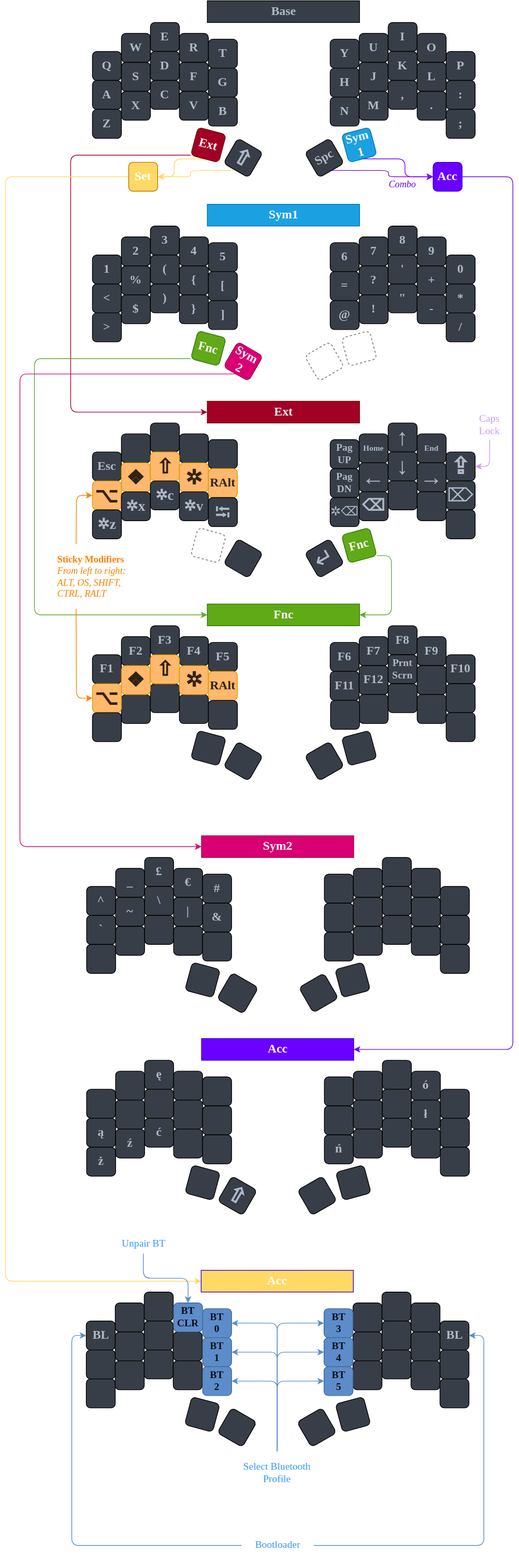
skyferix/zmk-sweep keeps this draw.io diagram as custom.drawio.svg. Above is the earlier version. Source tidied: cells renumbered, new cells last; positions are measured from the earlier drawing's top-left corner, leaving out a move shared by most shapes.
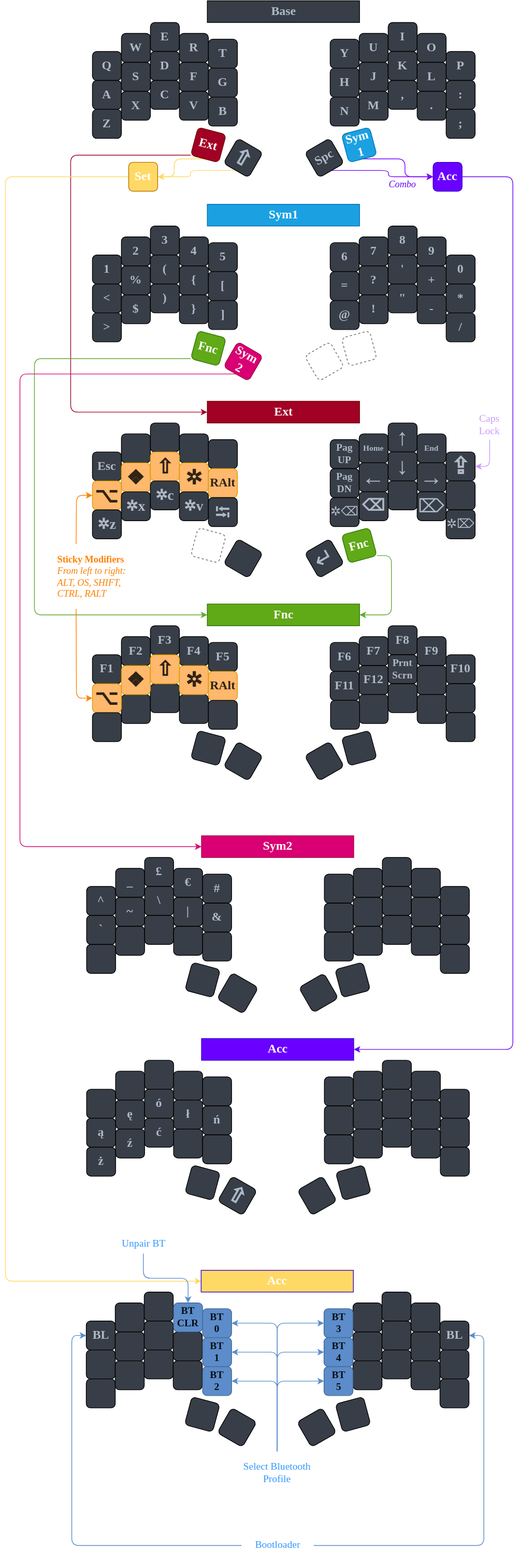
The same diagram one commit later.

Commit message:
Update polish key placement drawio.svg

The edit, as a diff of the source:
```diff
@@ -325,7 +325,7 @@
     <mxCell id="103" value="&lt;span style=&quot;font-family: &amp;quot;segoe ui emoji&amp;quot;, &amp;quot;apple color emoji&amp;quot;, &amp;quot;noto color emoji&amp;quot;; font-size: 32px;&quot;&gt;→&lt;/span&gt;" style="whiteSpace=wrap;html=1;fontSize=17;fontFamily=Verdana;fontStyle=1;fontColor=#AFB9C7;fillColor=#383E47;rounded=1;" parent="1" vertex="1">
       <mxGeometry x="568" y="638" width="40" height="40" as="geometry" />
     </mxCell>
-    <mxCell id="104" value="&lt;span style=&quot;font-family: &amp;quot;segoe ui emoji&amp;quot;, &amp;quot;apple color emoji&amp;quot;, &amp;quot;noto color emoji&amp;quot;; font-weight: 400; font-size: 26px;&quot;&gt;&lt;font style=&quot;font-size: 26px;&quot;&gt;⌦&lt;/font&gt;&lt;/span&gt;" style="whiteSpace=wrap;html=1;fontSize=17;fontFamily=Verdana;fontStyle=1;fontColor=#AFB9C7;fillColor=#383E47;rounded=1;" parent="1" vertex="1">
+    <mxCell id="104" style="whiteSpace=wrap;html=1;fontSize=17;fontFamily=Verdana;fontStyle=1;fontColor=#AFB9C7;fillColor=#383E47;rounded=1;" parent="1" vertex="1">
       <mxGeometry x="608" y="663" width="40" height="40" as="geometry" />
     </mxCell>
     <mxCell id="105" value="&lt;font style=&quot;font-size: 17px ; font-weight: normal&quot;&gt;&lt;span style=&quot;font-family: &amp;quot;segoe ui emoji&amp;quot;, &amp;quot;apple color emoji&amp;quot;, &amp;quot;noto color emoji&amp;quot;;&quot;&gt;✲&lt;/span&gt;&lt;span style=&quot;font-family: &amp;quot;segoe ui emoji&amp;quot;, &amp;quot;apple color emoji&amp;quot;, &amp;quot;noto color emoji&amp;quot;;&quot;&gt;&lt;font style=&quot;font-size: 17px&quot;&gt;⌫&lt;/font&gt;&lt;/span&gt;&lt;/font&gt;" style="whiteSpace=wrap;html=1;fontSize=17;fontFamily=Verdana;fontStyle=1;fontColor=#AFB9C7;fillColor=#383E47;rounded=1;" parent="1" vertex="1">
@@ -337,10 +337,10 @@
     <mxCell id="107" style="whiteSpace=wrap;html=1;fontSize=17;fontFamily=Verdana;fontStyle=1;fontColor=#AFB9C7;fillColor=#383E47;rounded=1;" parent="1" vertex="1">
       <mxGeometry x="528" y="663" width="40" height="40" as="geometry" />
     </mxCell>
-    <mxCell id="108" style="whiteSpace=wrap;html=1;fontSize=17;fontFamily=Verdana;fontStyle=1;fontColor=#AFB9C7;fillColor=#383E47;rounded=1;" parent="1" vertex="1">
+    <mxCell id="108" value="&lt;span style=&quot;font-family: &amp;quot;segoe ui emoji&amp;quot;, &amp;quot;apple color emoji&amp;quot;, &amp;quot;noto color emoji&amp;quot;; font-size: 26px; font-weight: 400;&quot;&gt;⌦&lt;/span&gt;" style="whiteSpace=wrap;html=1;fontSize=17;fontFamily=Verdana;fontStyle=1;fontColor=#AFB9C7;fillColor=#383E47;rounded=1;" parent="1" vertex="1">
       <mxGeometry x="568" y="678" width="40" height="40" as="geometry" />
     </mxCell>
-    <mxCell id="109" style="whiteSpace=wrap;html=1;fontSize=17;fontFamily=Verdana;fontStyle=1;fontColor=#AFB9C7;fillColor=#383E47;rounded=1;" parent="1" vertex="1">
+    <mxCell id="109" value="&lt;span style=&quot;font-family: &amp;quot;segoe ui emoji&amp;quot;, &amp;quot;apple color emoji&amp;quot;, &amp;quot;noto color emoji&amp;quot;; font-weight: 400;&quot;&gt;✲&lt;/span&gt;&lt;span style=&quot;font-family: &amp;quot;segoe ui emoji&amp;quot;, &amp;quot;apple color emoji&amp;quot;, &amp;quot;noto color emoji&amp;quot;; font-weight: 400;&quot;&gt;&lt;font style=&quot;font-size: 17px;&quot;&gt;⌦&lt;/font&gt;&lt;/span&gt;" style="whiteSpace=wrap;html=1;fontSize=17;fontFamily=Verdana;fontStyle=1;fontColor=#AFB9C7;fillColor=#383E47;rounded=1;" parent="1" vertex="1">
       <mxGeometry x="608" y="703" width="40" height="40" as="geometry" />
     </mxCell>
     <mxCell id="110" value="&lt;span style=&quot;font-family: &amp;quot;segoe ui emoji&amp;quot;, &amp;quot;apple color emoji&amp;quot;, &amp;quot;noto color emoji&amp;quot;; font-size: 32px; font-weight: 400;&quot;&gt;↵&lt;/span&gt;" style="whiteSpace=wrap;html=1;rotation=-30;fontSize=17;fontFamily=Verdana;fontStyle=1;fontColor=#AFB9C7;fillColor=#383E47;rounded=1;" parent="1" vertex="1">
@@ -479,7 +479,7 @@
     <mxCell id="150" style="whiteSpace=wrap;html=1;fontSize=17;fontFamily=Verdana;fontStyle=1;fontColor=#AFB9C7;fillColor=#383E47;rounded=1;" parent="1" vertex="1">
       <mxGeometry x="152" y="1478" width="40" height="40" as="geometry" />
     </mxCell>
-    <mxCell id="151" value="ę" style="whiteSpace=wrap;html=1;fontSize=17;fontFamily=Verdana;fontStyle=1;fontColor=#AFB9C7;fillColor=#383E47;rounded=1;" parent="1" vertex="1">
+    <mxCell id="151" style="whiteSpace=wrap;html=1;fontSize=17;fontFamily=Verdana;fontStyle=1;fontColor=#AFB9C7;fillColor=#383E47;rounded=1;" parent="1" vertex="1">
       <mxGeometry x="192" y="1463" width="40" height="40" as="geometry" />
     </mxCell>
     <mxCell id="152" style="whiteSpace=wrap;html=1;fontSize=17;fontFamily=Verdana;fontStyle=1;fontColor=#AFB9C7;fillColor=#383E47;rounded=1;" parent="1" vertex="1">
@@ -491,16 +491,16 @@
     <mxCell id="154" value="ą" style="whiteSpace=wrap;html=1;fontSize=17;fontFamily=Verdana;fontStyle=1;fontColor=#AFB9C7;fillColor=#383E47;rounded=1;" parent="1" vertex="1">
       <mxGeometry x="112" y="1543" width="40" height="40" as="geometry" />
     </mxCell>
-    <mxCell id="155" style="whiteSpace=wrap;html=1;fontSize=17;fontFamily=Verdana;fontStyle=1;fontColor=#AFB9C7;fillColor=#383E47;rounded=1;" parent="1" vertex="1">
+    <mxCell id="155" value="ę" style="whiteSpace=wrap;html=1;fontSize=17;fontFamily=Verdana;fontStyle=1;fontColor=#AFB9C7;fillColor=#383E47;rounded=1;" parent="1" vertex="1">
       <mxGeometry x="152" y="1518" width="40" height="40" as="geometry" />
     </mxCell>
-    <mxCell id="156" style="whiteSpace=wrap;html=1;fontSize=17;fontFamily=Verdana;fontStyle=1;fontColor=#AFB9C7;fillColor=#383E47;rounded=1;" parent="1" vertex="1">
+    <mxCell id="156" value="ó" style="whiteSpace=wrap;html=1;fontSize=17;fontFamily=Verdana;fontStyle=1;fontColor=#AFB9C7;fillColor=#383E47;rounded=1;" parent="1" vertex="1">
       <mxGeometry x="192" y="1503" width="40" height="40" as="geometry" />
     </mxCell>
-    <mxCell id="157" style="whiteSpace=wrap;html=1;fontSize=17;fontFamily=Verdana;fontStyle=1;fontColor=#AFB9C7;fillColor=#383E47;rounded=1;" parent="1" vertex="1">
+    <mxCell id="157" value="ł" style="whiteSpace=wrap;html=1;fontSize=17;fontFamily=Verdana;fontStyle=1;fontColor=#AFB9C7;fillColor=#383E47;rounded=1;" parent="1" vertex="1">
       <mxGeometry x="232" y="1518" width="40" height="40" as="geometry" />
     </mxCell>
-    <mxCell id="158" style="whiteSpace=wrap;html=1;fontSize=17;fontFamily=Verdana;fontStyle=1;fontColor=#AFB9C7;fillColor=#383E47;rounded=1;" parent="1" vertex="1">
+    <mxCell id="158" value="ń" style="whiteSpace=wrap;html=1;fontSize=17;fontFamily=Verdana;fontStyle=1;fontColor=#AFB9C7;fillColor=#383E47;rounded=1;" parent="1" vertex="1">
       <mxGeometry x="272" y="1526" width="40" height="40" as="geometry" />
     </mxCell>
     <mxCell id="159" value="ż" style="whiteSpace=wrap;html=1;fontSize=17;fontFamily=Verdana;fontStyle=1;fontColor=#AFB9C7;fillColor=#383E47;rounded=1;" parent="1" vertex="1">
@@ -533,7 +533,7 @@
     <mxCell id="168" style="whiteSpace=wrap;html=1;fontSize=17;fontFamily=Verdana;fontStyle=1;fontColor=#AFB9C7;fillColor=#383E47;rounded=1;" parent="1" vertex="1">
       <mxGeometry x="520" y="1463" width="40" height="40" as="geometry" />
     </mxCell>
-    <mxCell id="169" value="ó" style="whiteSpace=wrap;html=1;fontSize=17;fontFamily=Verdana;fontStyle=1;fontColor=#AFB9C7;fillColor=#383E47;rounded=1;" parent="1" vertex="1">
+    <mxCell id="169" style="whiteSpace=wrap;html=1;fontSize=17;fontFamily=Verdana;fontStyle=1;fontColor=#AFB9C7;fillColor=#383E47;rounded=1;" parent="1" vertex="1">
       <mxGeometry x="560" y="1478" width="40" height="40" as="geometry" />
     </mxCell>
     <mxCell id="170" style="whiteSpace=wrap;html=1;fontSize=17;fontFamily=Verdana;fontStyle=1;fontColor=#AFB9C7;fillColor=#383E47;rounded=1;" parent="1" vertex="1">
@@ -548,13 +548,13 @@
     <mxCell id="173" style="whiteSpace=wrap;html=1;fontSize=17;fontFamily=Verdana;fontStyle=1;fontColor=#AFB9C7;fillColor=#383E47;rounded=1;" parent="1" vertex="1">
       <mxGeometry x="520" y="1503" width="40" height="40" as="geometry" />
     </mxCell>
-    <mxCell id="174" value="ł" style="whiteSpace=wrap;html=1;fontSize=17;fontFamily=Verdana;fontStyle=1;fontColor=#AFB9C7;fillColor=#383E47;rounded=1;" parent="1" vertex="1">
+    <mxCell id="174" style="whiteSpace=wrap;html=1;fontSize=17;fontFamily=Verdana;fontStyle=1;fontColor=#AFB9C7;fillColor=#383E47;rounded=1;" parent="1" vertex="1">
       <mxGeometry x="560" y="1518" width="40" height="40" as="geometry" />
     </mxCell>
     <mxCell id="175" style="whiteSpace=wrap;html=1;fontSize=17;fontFamily=Verdana;fontStyle=1;fontColor=#AFB9C7;fillColor=#383E47;rounded=1;" parent="1" vertex="1">
       <mxGeometry x="600" y="1543" width="40" height="40" as="geometry" />
     </mxCell>
-    <mxCell id="176" value="ń" style="whiteSpace=wrap;html=1;fontSize=17;fontFamily=Verdana;fontStyle=1;fontColor=#AFB9C7;fillColor=#383E47;rounded=1;" parent="1" vertex="1">
+    <mxCell id="176" style="whiteSpace=wrap;html=1;fontSize=17;fontFamily=Verdana;fontStyle=1;fontColor=#AFB9C7;fillColor=#383E47;rounded=1;" parent="1" vertex="1">
       <mxGeometry x="440" y="1566" width="40" height="40" as="geometry" />
     </mxCell>
     <mxCell id="177" style="whiteSpace=wrap;html=1;fontSize=17;fontFamily=Verdana;fontStyle=1;fontColor=#AFB9C7;fillColor=#383E47;rounded=1;" parent="1" vertex="1">
```
